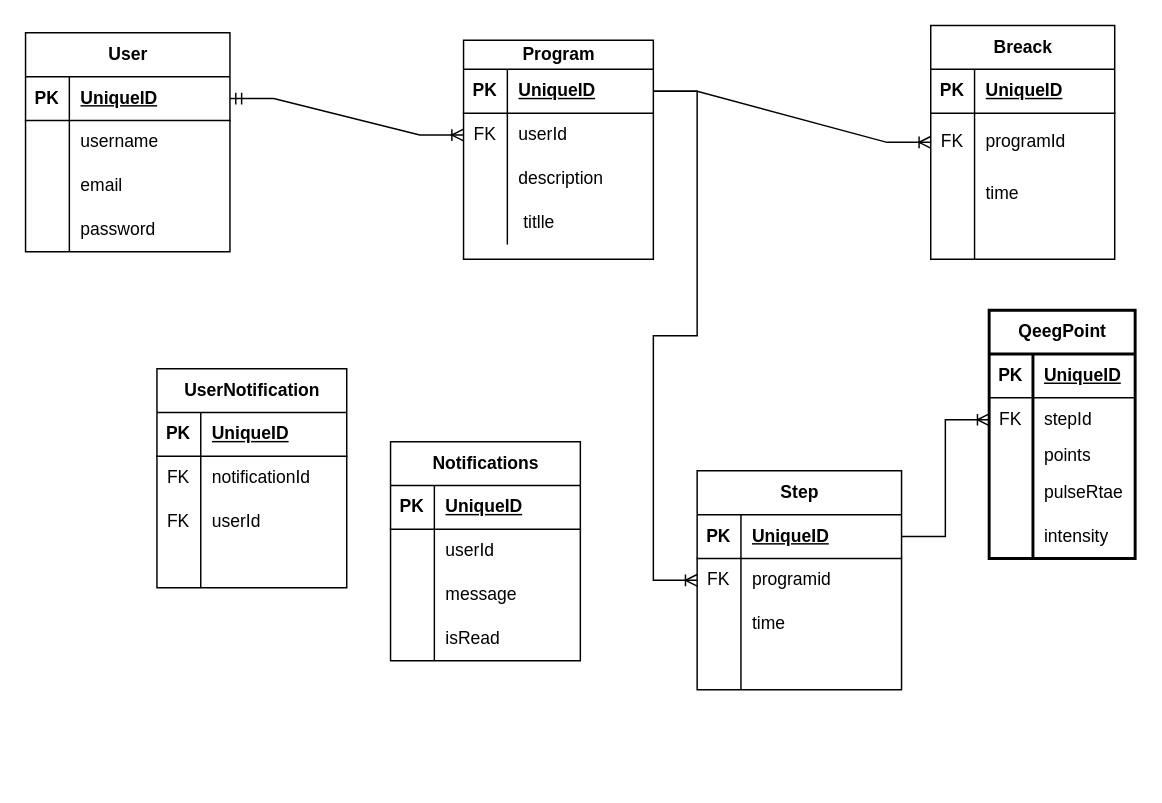
Above: Diagramme sans nom.drawio in MedTech-CS425/Assignment-1 (draw.io), before the change. Source tidied: cells renumbered, new cells numbered last; positions are measured from the earlier drawing's top-left corner, leaving out a move shared by most shapes. Both pictures are drawn from the tidied source at 146%, with x=0, y=0 at pixel (25, 25).
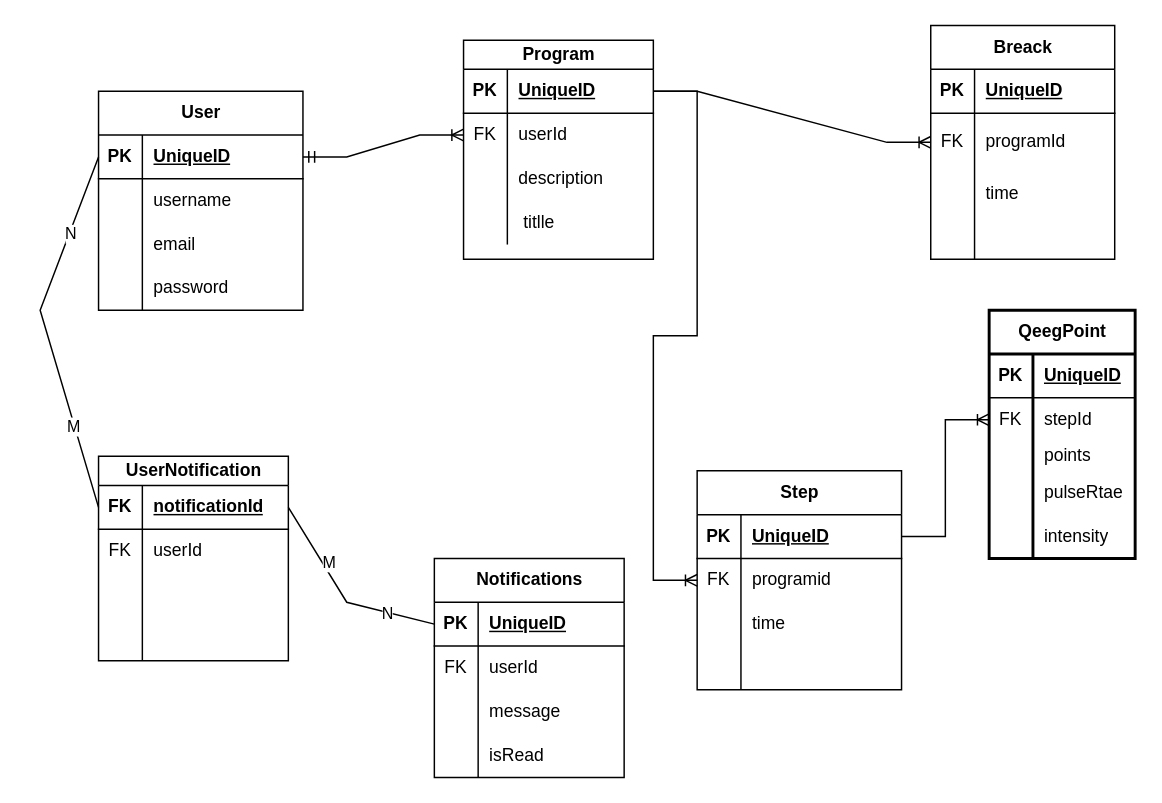
After the change.

The change refers to these unchanged cells:
```xml
<mxCell id="19" style="shape=tableRow;horizontal=0;startSize=0;swimlaneHead=0;swimlaneBody=0;fillColor=none;points=[[0,0.5],[1,0.5]];portConstraint=eastwest;top=0;left=0;right=0;bottom=1;" parent="18" vertex="1">
  <mxGeometry y="30" width="140" height="30" as="geometry" />
</mxCell>
<mxCell id="77" style="shape=tableRow;horizontal=0;startSize=0;swimlaneHead=0;swimlaneBody=0;fillColor=none;points=[[0,0.5],[1,0.5]];portConstraint=eastwest;top=0;left=0;right=0;bottom=1;" parent="76" vertex="1">
  <mxGeometry y="30" width="130" height="30" as="geometry" />
</mxCell>
<mxCell id="80" style="shape=tableRow;horizontal=0;startSize=0;swimlaneHead=0;swimlaneBody=0;fillColor=none;top=0;left=0;right=0;bottom=0;" parent="76" vertex="1">
  <mxGeometry y="60" width="130" height="30" as="geometry" />
</mxCell>
```

Diff of the diagram source:
```diff
@@
     <mxCell id="18" value="User" style="shape=table;startSize=30;childLayout=tableLayout;rowLines=0;fontStyle=1;align=center;html=1;" parent="1" vertex="1">
-      <mxGeometry y="5" width="140" height="150" as="geometry" />
+      <mxGeometry x="50" y="45" width="140" height="150" as="geometry" />
     </mxCell>
@@
     <mxCell id="76" value="Notifications" style="shape=table;startSize=30;childLayout=tableLayout;rowLines=0;fontStyle=1;align=center;html=1;" parent="1" vertex="1">
-      <mxGeometry x="250" y="285" width="130" height="150" as="geometry" />
+      <mxGeometry x="280" y="365" width="130" height="150" as="geometry" />
     </mxCell>
@@
-    <mxCell id="81" style="shape=partialRectangle;fillColor=none;top=0;left=0;bottom=0;right=0;overflow=hidden;whiteSpace=wrap;html=1;" parent="80" vertex="1">
+    <mxCell id="81" value="FK" style="shape=partialRectangle;fillColor=none;top=0;left=0;bottom=0;right=0;overflow=hidden;whiteSpace=wrap;html=1;" parent="80" vertex="1">
       <mxGeometry width="30" height="30" as="geometry" />
     </mxCell>
@@
-    <mxCell id="89" value="UserNotification" style="shape=table;startSize=30;childLayout=tableLayout;rowLines=0;fontStyle=1;align=center;html=1;" parent="1" vertex="1">
-      <mxGeometry x="90" y="235" width="130" height="150" as="geometry" />
+    <mxCell id="89" value="UserNotification" style="shape=table;startSize=20;childLayout=tableLayout;rowLines=0;fontStyle=1;align=center;html=1;" parent="1" vertex="1">
+      <mxGeometry x="50" y="295" width="130" height="140" as="geometry" />
     </mxCell>
     <mxCell id="90" style="shape=tableRow;horizontal=0;startSize=0;swimlaneHead=0;swimlaneBody=0;fillColor=none;points=[[0,0.5],[1,0.5]];portConstraint=eastwest;top=0;left=0;right=0;bottom=1;" parent="89" vertex="1">
-      <mxGeometry y="30" width="130" height="30" as="geometry" />
+      <mxGeometry y="20" width="130" height="30" as="geometry" />
     </mxCell>
-    <mxCell id="91" value="PK" style="shape=partialRectangle;fillColor=none;top=0;left=0;bottom=0;right=0;fontStyle=1;overflow=hidden;whiteSpace=wrap;html=1;" parent="90" vertex="1">
+    <mxCell id="91" value="FK" style="shape=partialRectangle;fillColor=none;top=0;left=0;bottom=0;right=0;fontStyle=1;overflow=hidden;whiteSpace=wrap;html=1;" parent="90" vertex="1">
       <mxGeometry width="30" height="30" as="geometry" />
     </mxCell>
-    <mxCell id="92" value="UniqueID" style="shape=partialRectangle;fillColor=none;top=0;left=0;bottom=0;right=0;align=left;spacingLeft=6;fontStyle=5;overflow=hidden;whiteSpace=wrap;html=1;" parent="90" vertex="1">
+    <mxCell id="92" value="notificationId" style="shape=partialRectangle;fillColor=none;top=0;left=0;bottom=0;right=0;align=left;spacingLeft=6;fontStyle=5;overflow=hidden;whiteSpace=wrap;html=1;" parent="90" vertex="1">
       <mxGeometry x="30" width="100" height="30" as="geometry" />
     </mxCell>
     <mxCell id="93" style="shape=tableRow;horizontal=0;startSize=0;swimlaneHead=0;swimlaneBody=0;fillColor=none;top=0;left=0;right=0;bottom=0;" parent="89" vertex="1">
-      <mxGeometry y="60" width="130" height="30" as="geometry" />
+      <mxGeometry y="50" width="130" height="30" as="geometry" />
     </mxCell>
@@
-    <mxCell id="95" value="notificationId" style="shape=partialRectangle;fillColor=none;top=0;left=0;bottom=0;right=0;align=left;spacingLeft=6;overflow=hidden;whiteSpace=wrap;html=1;" parent="93" vertex="1">
+    <mxCell id="95" value="userId" style="shape=partialRectangle;fillColor=none;top=0;left=0;bottom=0;right=0;align=left;spacingLeft=6;overflow=hidden;whiteSpace=wrap;html=1;" parent="93" vertex="1">
       <mxGeometry x="30" width="100" height="30" as="geometry" />
     </mxCell>
     <mxCell id="96" style="shape=tableRow;horizontal=0;startSize=0;swimlaneHead=0;swimlaneBody=0;fillColor=none;top=0;left=0;right=0;bottom=0;" parent="89" vertex="1">
-      <mxGeometry y="90" width="130" height="30" as="geometry" />
+      <mxGeometry y="80" width="130" height="30" as="geometry" />
     </mxCell>
-    <mxCell id="97" value="FK" style="shape=partialRectangle;fillColor=none;top=0;left=0;bottom=0;right=0;overflow=hidden;whiteSpace=wrap;html=1;" parent="96" vertex="1">
+    <mxCell id="97" style="shape=partialRectangle;fillColor=none;top=0;left=0;bottom=0;right=0;overflow=hidden;whiteSpace=wrap;html=1;" parent="96" vertex="1">
       <mxGeometry width="30" height="30" as="geometry" />
     </mxCell>
-    <mxCell id="98" value="userId" style="shape=partialRectangle;fillColor=none;top=0;left=0;bottom=0;right=0;align=left;spacingLeft=6;overflow=hidden;whiteSpace=wrap;html=1;" parent="96" vertex="1">
+    <mxCell id="98" style="shape=partialRectangle;fillColor=none;top=0;left=0;bottom=0;right=0;align=left;spacingLeft=6;overflow=hidden;whiteSpace=wrap;html=1;" parent="96" vertex="1">
       <mxGeometry x="30" width="100" height="30" as="geometry" />
     </mxCell>
     <mxCell id="99" style="shape=tableRow;horizontal=0;startSize=0;swimlaneHead=0;swimlaneBody=0;fillColor=none;top=0;left=0;right=0;bottom=0;" parent="89" vertex="1">
-      <mxGeometry y="120" width="130" height="30" as="geometry" />
+      <mxGeometry y="110" width="130" height="30" as="geometry" />
     </mxCell>
@@
+    <mxCell id="102" style="endArrow=none;html=1;rounded=0;exitX=1;exitY=0.5;exitDx=0;exitDy=0;entryX=0;entryY=0.5;entryDx=0;entryDy=0;" parent="1" edge="1" source="90" target="77">
+      <mxGeometry relative="1" as="geometry">
+        <Array as="points">
+          <mxPoint x="220" y="395" />
+        </Array>
+      </mxGeometry>
+    </mxCell>
+    <mxCell id="103" value="N" style="edgeLabel;html=1;align=center;verticalAlign=middle;" parent="102" vertex="1">
+      <mxGeometry x="0.52" y="-1" relative="1" as="geometry" />
+    </mxCell>
+    <mxCell id="104" value="M" style="edgeLabel;html=1;align=center;verticalAlign=middle;" parent="102" vertex="1">
+      <mxGeometry x="-0.34" y="4" relative="1" as="geometry" />
+    </mxCell>
+    <mxCell id="105" style="endArrow=none;html=1;rounded=0;exitX=0;exitY=0.5;exitDx=0;exitDy=0;entryX=0;entryY=0.5;entryDx=0;entryDy=0;" parent="1" edge="1" source="19" target="90">
+      <mxGeometry relative="1" as="geometry">
+        <Array as="points">
+          <mxPoint x="10" y="195" />
+        </Array>
+      </mxGeometry>
+    </mxCell>
+    <mxCell id="106" value="N" style="edgeLabel;html=1;align=center;verticalAlign=middle;" parent="105" vertex="1">
+      <mxGeometry x="-0.56" relative="1" as="geometry" />
+    </mxCell>
+    <mxCell id="107" value="M" style="edgeLabel;html=1;align=center;verticalAlign=middle;" parent="105" vertex="1">
+      <mxGeometry x="0.54" y="-1" relative="1" as="geometry" />
+    </mxCell>
```
